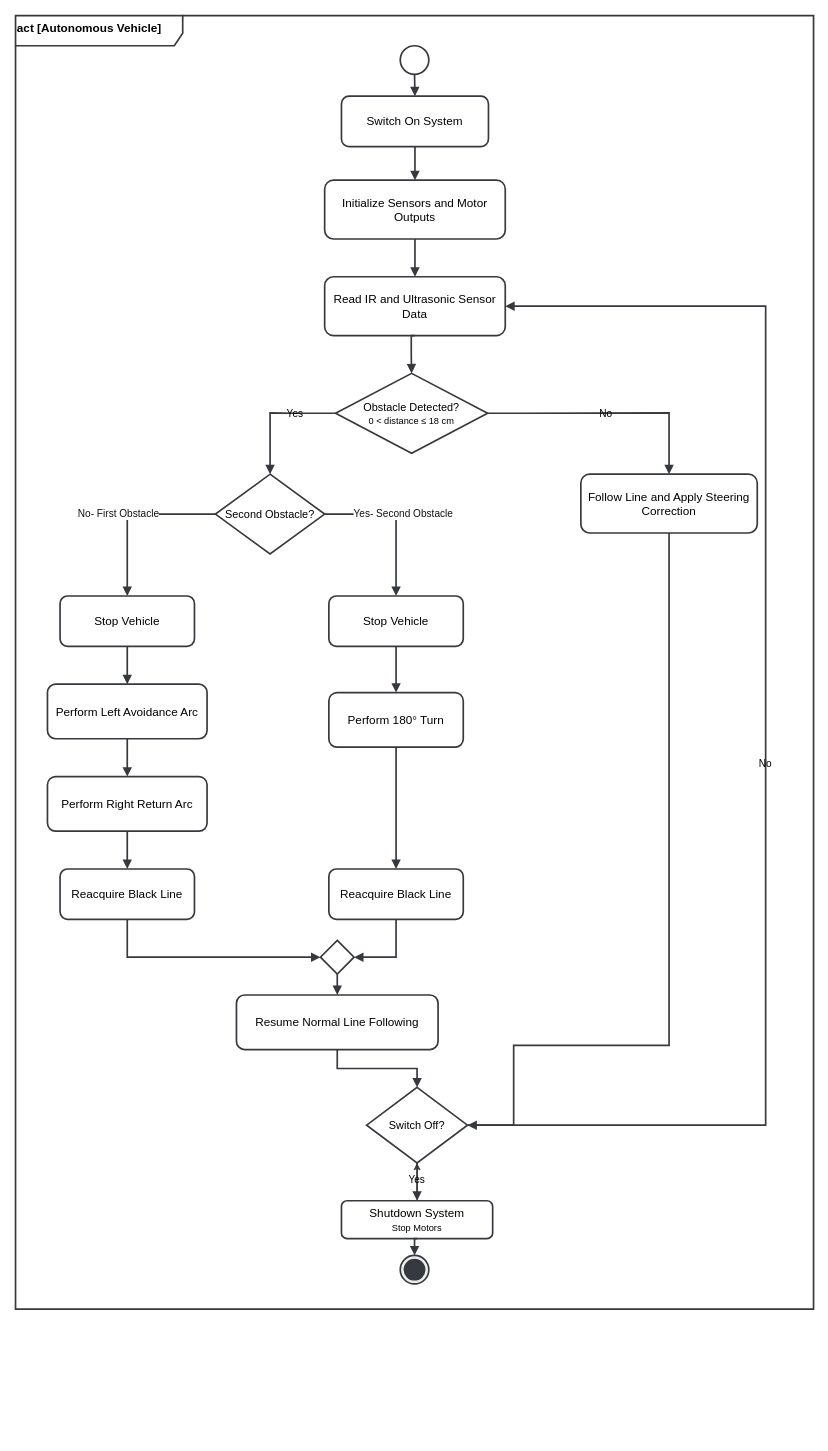
Earlier version of the draw.io diagram SYSML Diagrams/Draw.io Source Files/Autonomous Vehicle Activity diagram.drawio (ali-imara/Autonomous-Vehicle). Source tidied: cells renumbered, new cells numbered last; positions are measured from the earlier drawing's top-left corner, leaving out a move shared by most shapes. Both pictures are drawn from the tidied source at 84%, with x=0, y=0 at pixel (15, 15).
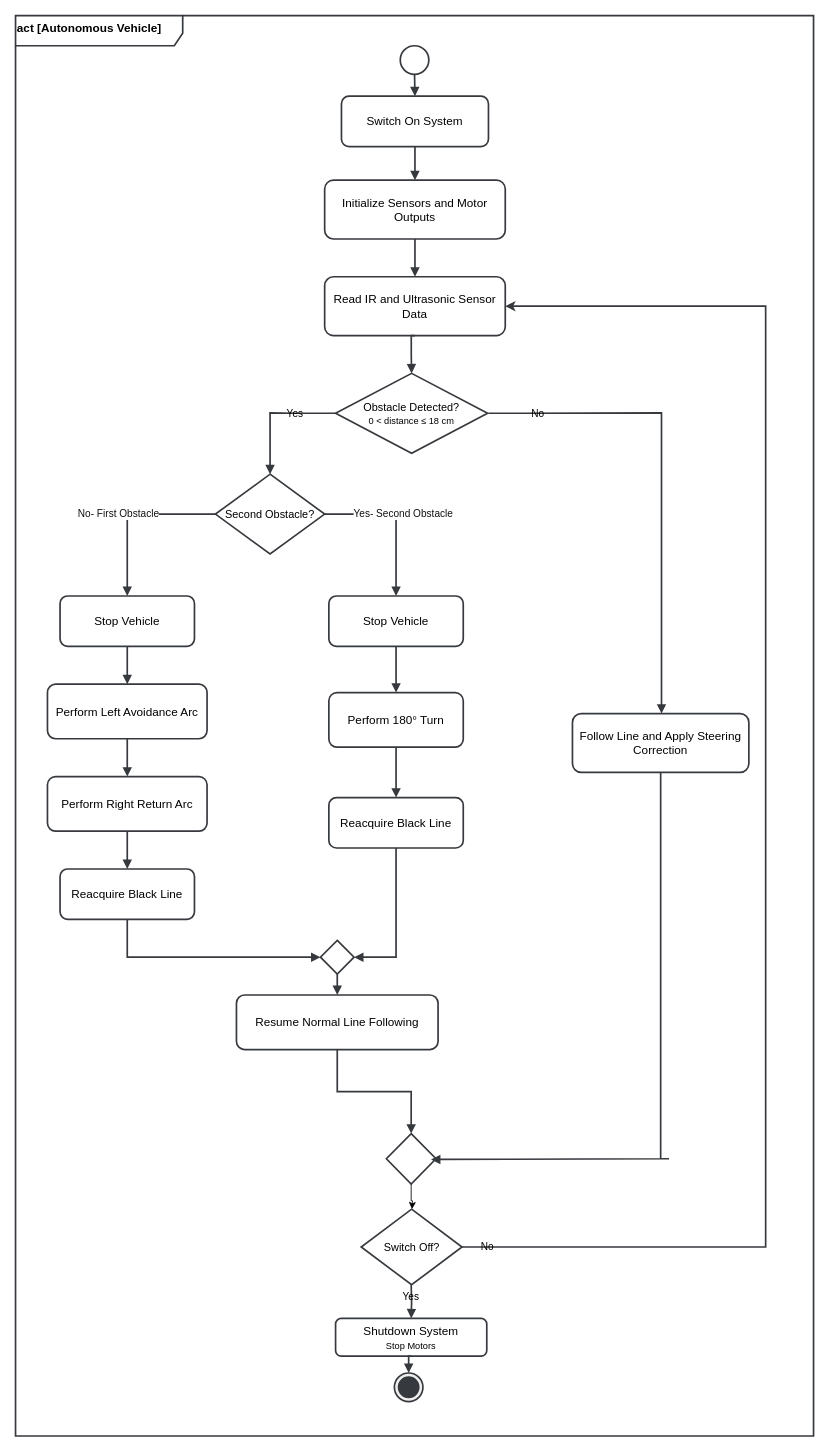
After the change.

Unchanged cells that the change refers to:
```xml
<mxCell id="6" value="Read IR and Ultrasonic Sensor Data" style="rounded=1;whiteSpace=wrap;html=1;fillColor=none;strokeColor=#36393d;fontSize=14;strokeWidth=2;align=center;verticalAlign=middle;" parent="1" vertex="1">
  <mxGeometry x="368" y="311" width="215" height="70" as="geometry" />
</mxCell>
<mxCell id="7" value="Obstacle Detected?&lt;br&gt;&lt;font style=&quot;font-size:11px&quot;&gt;0 &amp;lt; distance ≤ 18 cm&lt;/font&gt;" style="rhombus;whiteSpace=wrap;html=1;fillColor=none;strokeColor=#36393d;fontSize=13;strokeWidth=2;align=center;verticalAlign=middle;" parent="1" vertex="1">
  <mxGeometry x="381" y="426" width="181" height="95" as="geometry" />
</mxCell>
<mxCell id="17" value="Resume Normal Line Following" style="rounded=1;whiteSpace=wrap;html=1;fillColor=none;strokeColor=#36393d;fontSize=14;strokeWidth=2;align=center;verticalAlign=middle;" parent="1" vertex="1">
  <mxGeometry x="263" y="1166" width="240" height="65" as="geometry" />
</mxCell>
```

Diff of the diagram source:
```diff
@@
     <mxCell id="2" value="&lt;b&gt;act [Autonomous Vehicle]&lt;/b&gt;" style="shape=umlFrame;whiteSpace=wrap;html=1;fillColor=none;strokeColor=#36393d;fontSize=14;align=left;verticalAlign=top;strokeWidth=2;width=199;height=36;" parent="1" vertex="1">
-      <mxGeometry width="950" height="1540" as="geometry" />
+      <mxGeometry width="950" height="1691" as="geometry" />
     </mxCell>
@@
     <mxCell id="8" value="Follow Line and Apply Steering Correction" style="rounded=1;whiteSpace=wrap;html=1;fillColor=none;strokeColor=#36393d;fontSize=14;strokeWidth=2;align=center;verticalAlign=middle;" parent="1" vertex="1">
-      <mxGeometry x="673" y="546" width="210" height="70" as="geometry" />
+      <mxGeometry x="663" y="831" width="210" height="70" as="geometry" />
     </mxCell>
@@
     <mxCell id="16" value="Reacquire Black Line" style="rounded=1;whiteSpace=wrap;html=1;fillColor=none;strokeColor=#36393d;fontSize=14;strokeWidth=2;align=center;verticalAlign=middle;" parent="1" vertex="1">
-      <mxGeometry x="373" y="1016" width="160" height="60" as="geometry" />
+      <mxGeometry x="373" y="931" width="160" height="60" as="geometry" />
     </mxCell>
@@
     <mxCell id="18" value="Switch Off?" style="rhombus;whiteSpace=wrap;html=1;fillColor=none;strokeColor=#36393d;fontSize=13;strokeWidth=2;align=center;verticalAlign=middle;" parent="1" vertex="1">
-      <mxGeometry x="418" y="1276" width="120" height="90" as="geometry" />
+      <mxGeometry x="411.5" y="1421" width="120" height="90" as="geometry" />
     </mxCell>
-    <mxCell id="19" style="edgeStyle=orthogonalEdgeStyle;rounded=0;jettySize=auto;html=1;fillColor=#eeeeee;strokeColor=#36393d;" parent="1" edge="1" source="20" target="18">
-      <mxGeometry relative="1" as="geometry" />
-    </mxCell>
     <mxCell id="20" value="Shutdown System&lt;br&gt;&lt;font style=&quot;font-size:11px&quot;&gt;Stop Motors&lt;/font&gt;" style="rounded=1;whiteSpace=wrap;html=1;fillColor=none;strokeColor=#36393d;fontSize=14;strokeWidth=2;align=center;verticalAlign=middle;" parent="1" vertex="1">
-      <mxGeometry x="388" y="1411" width="180" height="45" as="geometry" />
+      <mxGeometry x="381" y="1551" width="180" height="45" as="geometry" />
     </mxCell>
     <mxCell id="21" style="shape=mxgraph.sysml.actFinal;html=1;fillColor=#eeeeee;strokeColor=#36393d;strokeWidth=2;" parent="1" vertex="1">
-      <mxGeometry x="458" y="1476" width="34" height="34" as="geometry" />
+      <mxGeometry x="451" y="1616" width="34" height="34" as="geometry" />
     </mxCell>
@@
-    <mxCell id="26" style="edgeStyle=orthogonalEdgeStyle;rounded=0;jettySize=auto;html=1;strokeColor=#36393d;fontColor=#ffffff;fontSize=12;strokeWidth=2;endArrow=block;endFill=1;labelBackgroundColor=#111111;exitX=1;exitY=0.5;entryX=0.5;entryY=0;fillColor=#eeeeee;" parent="1" edge="1" source="7" target="8">
+    <mxCell id="26" style="edgeStyle=orthogonalEdgeStyle;rounded=0;orthogonalLoop=1;jettySize=auto;html=1;strokeColor=#36393d;fontColor=#ffffff;fontSize=12;strokeWidth=2;endArrow=block;endFill=1;labelBackgroundColor=#111111;exitX=1;exitY=0.5;entryX=0.5;entryY=0;fillColor=#eeeeee;" parent="1" edge="1">
       <mxGeometry relative="1" as="geometry">
+        <mxPoint x="563" y="473.5" as="sourcePoint" />
+        <mxPoint x="769" y="831" as="targetPoint" />
         <Array as="points">
-          <mxPoint x="603" y="473" />
-          <mxPoint x="778" y="473" />
+          <mxPoint x="604" y="473" />
+          <mxPoint x="779" y="473" />
         </Array>
       </mxGeometry>
     </mxCell>
@@
-    <mxCell id="35" style="edgeStyle=orthogonalEdgeStyle;rounded=0;jettySize=auto;html=1;strokeColor=#36393d;fontColor=#ffffff;fontSize=12;strokeWidth=2;endArrow=block;endFill=1;labelBackgroundColor=#111111;exitX=0.5;exitY=1;entryX=1;entryY=0.5;fillColor=#eeeeee;" parent="1" edge="1" source="8" target="18">
+    <mxCell id="35" style="edgeStyle=orthogonalEdgeStyle;rounded=0;jettySize=auto;html=1;strokeColor=#36393d;fontColor=#ffffff;fontSize=12;strokeWidth=2;endArrow=block;endFill=1;labelBackgroundColor=#111111;exitX=0.5;exitY=1;fillColor=#eeeeee;entryX=0.9;entryY=0.513;entryDx=0;entryDy=0;entryPerimeter=0;" parent="1" edge="1" source="8" target="51">
       <mxGeometry relative="1" as="geometry">
         <Array as="points">
-          <mxPoint x="778" y="1226" />
-          <mxPoint x="593" y="1226" />
-          <mxPoint x="593" y="1321" />
+          <mxPoint x="778" y="1361" />
+          <mxPoint x="505" y="1361" />
         </Array>
       </mxGeometry>
     </mxCell>
-    <mxCell id="36" style="edgeStyle=orthogonalEdgeStyle;rounded=0;jettySize=auto;html=1;strokeColor=#36393d;fontColor=#ffffff;fontSize=12;strokeWidth=2;endArrow=block;endFill=1;labelBackgroundColor=#111111;exitX=1;exitY=0.5;entryX=1;entryY=0.5;fillColor=#eeeeee;" parent="1" edge="1" source="18" target="6">
+    <mxCell id="36" style="edgeStyle=orthogonalEdgeStyle;rounded=0;jettySize=auto;html=1;strokeColor=#36393d;fontColor=#ffffff;fontSize=12;strokeWidth=2;endArrow=classic;endFill=1;labelBackgroundColor=#111111;exitX=1;exitY=0.5;entryX=1;entryY=0.5;fillColor=#eeeeee;startArrow=none;startFill=0;" parent="1" edge="1" source="18" target="6">
       <mxGeometry y="-2" relative="1" as="geometry">
         <Array as="points">
-          <mxPoint x="893" y="1321" />
+          <mxPoint x="893" y="1466" />
           <mxPoint x="893" y="346" />
         </Array>
       </mxGeometry>
     </mxCell>
-    <mxCell id="37" style="edgeStyle=orthogonalEdgeStyle;rounded=0;jettySize=auto;html=1;strokeColor=#36393d;fontColor=#ffffff;fontSize=12;strokeWidth=2;endArrow=block;endFill=1;labelBackgroundColor=#111111;exitX=0.5;exitY=1;entryX=0.5;entryY=0;fillColor=#eeeeee;" parent="1" edge="1" source="18" target="20">
-      <mxGeometry x="-0.12" relative="1" as="geometry" />
+    <mxCell id="37" style="edgeStyle=orthogonalEdgeStyle;rounded=0;jettySize=auto;html=1;strokeColor=#36393d;fontColor=#ffffff;fontSize=12;strokeWidth=2;endArrow=block;endFill=1;labelBackgroundColor=#111111;exitX=0.5;exitY=1;entryX=0.5;entryY=0;fillColor=#eeeeee;startArrow=none;startFill=0;" parent="1" edge="1" target="20">
+      <mxGeometry x="-0.12" relative="1" as="geometry">
+        <mxPoint x="471" y="1511" as="sourcePoint" />
+      </mxGeometry>
     </mxCell>
@@
-    <mxCell id="43" style="edgeStyle=orthogonalEdgeStyle;rounded=0;jettySize=auto;html=1;strokeColor=#36393d;fontColor=#ffffff;fontSize=12;strokeWidth=2;endArrow=block;endFill=1;labelBackgroundColor=#111111;exitX=0.5;exitY=1;entryX=0.5;entryY=0;fillColor=#eeeeee;" parent="1" edge="1" source="17" target="18">
+    <mxCell id="43" style="edgeStyle=orthogonalEdgeStyle;rounded=0;jettySize=auto;html=1;strokeColor=#36393d;fontColor=#ffffff;fontSize=12;strokeWidth=2;endArrow=block;endFill=1;labelBackgroundColor=#111111;exitX=0.5;exitY=1;fillColor=#eeeeee;entryX=0.5;entryY=0;entryDx=0;entryDy=0;" parent="1" edge="1" source="17" target="51">
       <mxGeometry relative="1" as="geometry" />
     </mxCell>
     <mxCell id="44" value="No" style="text;html=1;whiteSpace=wrap;strokeColor=none;fillColor=none;align=center;verticalAlign=middle;rounded=0;" parent="1" vertex="1">
-      <mxGeometry x="863" y="876" width="60" height="30" as="geometry" />
+      <mxGeometry x="531.5" y="1451" width="60" height="30" as="geometry" />
     </mxCell>
     <mxCell id="45" value="No" style="text;html=1;whiteSpace=wrap;strokeColor=none;fillColor=none;align=center;verticalAlign=middle;rounded=0;" parent="1" vertex="1">
-      <mxGeometry x="673" y="458.5" width="60" height="30" as="geometry" />
+      <mxGeometry x="591.5" y="458.5" width="60" height="30" as="geometry" />
     </mxCell>
@@
     <mxCell id="49" value="Yes" style="text;html=1;whiteSpace=wrap;strokeColor=none;fillColor=none;align=center;verticalAlign=middle;rounded=0;" parent="1" vertex="1">
-      <mxGeometry x="448" y="1371" width="60" height="30" as="geometry" />
+      <mxGeometry x="441" y="1511" width="60" height="30" as="geometry" />
     </mxCell>
+    <mxCell id="50" style="edgeStyle=orthogonalEdgeStyle;rounded=0;jettySize=auto;html=1;" parent="1" edge="1" source="51">
+      <mxGeometry relative="1" as="geometry">
+        <mxPoint x="472" y="1421" as="targetPoint" />
+      </mxGeometry>
+    </mxCell>
+    <mxCell id="51" style="rhombus;whiteSpace=wrap;html=1;fillColor=none;strokeColor=#36393d;strokeWidth=2;" parent="1" vertex="1">
+      <mxGeometry x="441.5" y="1331" width="59" height="60" as="geometry" />
+    </mxCell>
```
